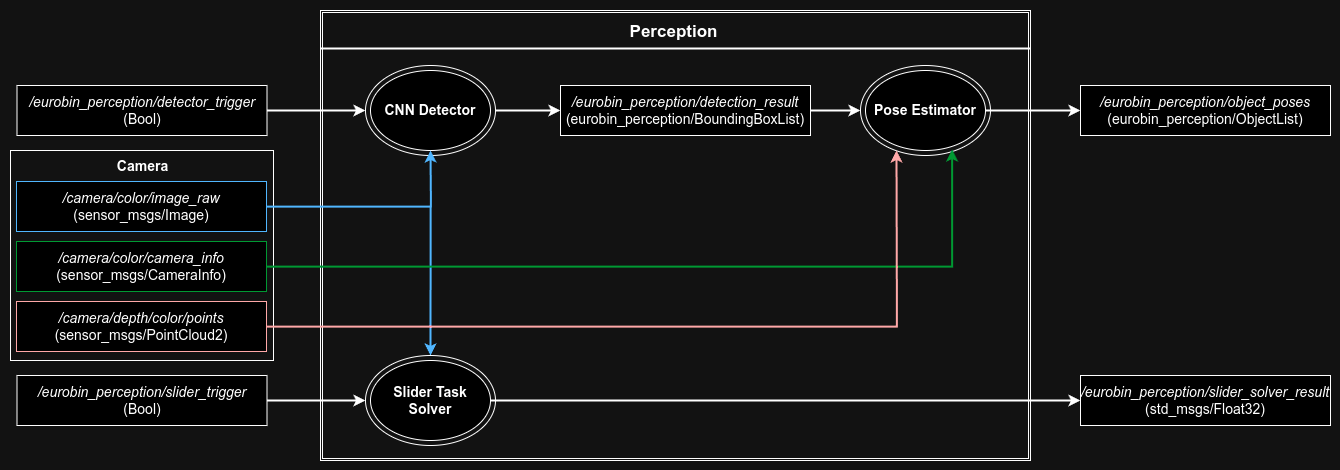
Earlier version of the draw.io export docs/images/component_diagram.png (eurobin-wp1/tum-tb-perception). Source tidied: cells renumbered, new cells last; positions are measured from the earlier drawing's top-left corner, leaving out a move shared by most shapes. Source of this version:
```xml
<mxGraphModel>
  <root>
    <mxCell id="0" />
    <mxCell id="1" parent="0" />
    <mxCell id="2" style="shape=ext;double=1;rounded=0;whiteSpace=wrap;html=1;fillColor=none;perimeterSpacing=3;" parent="1" vertex="1">
      <mxGeometry x="320" y="10" width="710" height="450" as="geometry" />
    </mxCell>
    <mxCell id="3" style="rounded=0;whiteSpace=wrap;html=1;fillColor=none;" parent="1" vertex="1">
      <mxGeometry x="10" y="150" width="263" height="210" as="geometry" />
    </mxCell>
    <mxCell id="4" style="ellipse;whiteSpace=wrap;html=1;fillColor=none;" parent="1" vertex="1">
      <mxGeometry x="860" y="65" width="130" height="90" as="geometry" />
    </mxCell>
    <mxCell id="5" style="edgeStyle=orthogonalEdgeStyle;rounded=0;jettySize=auto;html=1;entryX=0;entryY=0.5;entryDx=0;entryDy=0;strokeWidth=2;" parent="1" edge="1" source="6" target="21">
      <mxGeometry relative="1" as="geometry" />
    </mxCell>
    <mxCell id="6" style="ellipse;whiteSpace=wrap;html=1;fillColor=none;" parent="1" vertex="1">
      <mxGeometry x="365" y="65" width="130" height="90" as="geometry" />
    </mxCell>
    <mxCell id="7" value="CNN Detector" style="ellipse;whiteSpace=wrap;html=1;fontSize=14;fontStyle=1;" parent="1" vertex="1">
      <mxGeometry x="370" y="70" width="120" height="80" as="geometry" />
    </mxCell>
    <mxCell id="8" style="edgeStyle=orthogonalEdgeStyle;rounded=0;jettySize=auto;html=1;entryX=0;entryY=0.5;entryDx=0;entryDy=0;strokeWidth=2;" parent="1" edge="1" source="9" target="22">
      <mxGeometry relative="1" as="geometry" />
    </mxCell>
    <mxCell id="9" value="Pose Estimator" style="ellipse;whiteSpace=wrap;html=1;fontSize=14;fontStyle=1;" parent="1" vertex="1">
      <mxGeometry x="865" y="70" width="120" height="80" as="geometry" />
    </mxCell>
    <mxCell id="10" style="edgeStyle=orthogonalEdgeStyle;rounded=0;jettySize=auto;html=1;entryX=0;entryY=0.5;entryDx=0;entryDy=0;strokeWidth=2;" parent="1" edge="1" source="11" target="6">
      <mxGeometry relative="1" as="geometry" />
    </mxCell>
    <mxCell id="11" value="&lt;i&gt;/eurobin_perception/detector_trigger&lt;/i&gt;&lt;div&gt;(Bool)&lt;/div&gt;" style="rounded=0;whiteSpace=wrap;html=1;fontSize=14;" parent="1" vertex="1">
      <mxGeometry x="16.5" y="85" width="250" height="50" as="geometry" />
    </mxCell>
    <mxCell id="12" style="edgeStyle=orthogonalEdgeStyle;rounded=0;jettySize=auto;html=1;entryX=0.5;entryY=0;entryDx=0;entryDy=0;strokeWidth=2;strokeColor=#0066CC;" parent="1" edge="1" source="13" target="24">
      <mxGeometry relative="1" as="geometry" />
    </mxCell>
    <mxCell id="13" value="&lt;i&gt;/camera/color/image_raw&lt;/i&gt;&lt;div&gt;(sensor_msgs/Image)&lt;/div&gt;" style="rounded=0;whiteSpace=wrap;html=1;fontSize=14;strokeColor=#0066CC;" parent="1" vertex="1">
      <mxGeometry x="16" y="181" width="250" height="50" as="geometry" />
    </mxCell>
    <mxCell id="14" value="&lt;i&gt;/camera/color/camera_info&lt;/i&gt;&lt;div&gt;(sensor_msgs/CameraInfo)&lt;/div&gt;" style="rounded=0;whiteSpace=wrap;html=1;fontSize=14;strokeColor=#00CC66;" parent="1" vertex="1">
      <mxGeometry x="16" y="241" width="250" height="50" as="geometry" />
    </mxCell>
    <mxCell id="15" value="&lt;i&gt;/camera/depth/color/points&lt;/i&gt;&lt;div&gt;(sensor_msgs/PointCloud2)&lt;/div&gt;" style="rounded=0;whiteSpace=wrap;html=1;fontSize=14;strokeColor=#CC0000;" parent="1" vertex="1">
      <mxGeometry x="16" y="301" width="250" height="50" as="geometry" />
    </mxCell>
    <mxCell id="16" value="Camera" style="text;html=1;align=center;verticalAlign=middle;points=[];strokeColor=none;fillColor=none;fontStyle=1;fontSize=14;" parent="1" vertex="1">
      <mxGeometry x="106.5" y="151" width="70" height="30" as="geometry" />
    </mxCell>
    <mxCell id="17" style="edgeStyle=orthogonalEdgeStyle;rounded=0;jettySize=auto;html=1;strokeColor=#0066CC;strokeWidth=2;" parent="1" edge="1" source="13">
      <mxGeometry relative="1" as="geometry">
        <mxPoint x="430" y="150" as="targetPoint" />
      </mxGeometry>
    </mxCell>
    <mxCell id="18" style="edgeStyle=orthogonalEdgeStyle;rounded=0;jettySize=auto;html=1;strokeWidth=2;strokeColor=#00CC66;entryX=0.722;entryY=0.988;entryDx=0;entryDy=0;entryPerimeter=0;" parent="1" edge="1" source="14" target="9">
      <mxGeometry relative="1" as="geometry" />
    </mxCell>
    <mxCell id="19" style="edgeStyle=orthogonalEdgeStyle;rounded=0;jettySize=auto;html=1;strokeWidth=2;strokeColor=#CC0000;" parent="1" edge="1" source="15">
      <mxGeometry relative="1" as="geometry">
        <mxPoint x="896" y="150" as="targetPoint" />
      </mxGeometry>
    </mxCell>
    <mxCell id="20" style="edgeStyle=orthogonalEdgeStyle;rounded=0;jettySize=auto;html=1;entryX=0;entryY=0.5;entryDx=0;entryDy=0;strokeWidth=2;" parent="1" edge="1" source="21" target="4">
      <mxGeometry relative="1" as="geometry" />
    </mxCell>
    <mxCell id="21" value="&lt;i style=&quot;font-size: 14px;&quot;&gt;/eurobin_perception/detection_result&lt;/i&gt;&lt;div style=&quot;font-size: 14px;&quot;&gt;(eurobin_perception/BoundingBoxList)&lt;/div&gt;" style="rounded=0;whiteSpace=wrap;html=1;fontSize=14;" parent="1" vertex="1">
      <mxGeometry x="560" y="85" width="250" height="50" as="geometry" />
    </mxCell>
    <mxCell id="22" value="&lt;i&gt;/eurobin_perception/object_poses&lt;/i&gt;&lt;div&gt;(eurobin_perception/ObjectList)&lt;/div&gt;" style="rounded=0;whiteSpace=wrap;html=1;fontSize=14;" parent="1" vertex="1">
      <mxGeometry x="1080" y="85" width="250" height="50" as="geometry" />
    </mxCell>
    <mxCell id="23" value="Perception" style="text;html=1;align=center;verticalAlign=middle;points=[];strokeColor=none;fillColor=none;fontStyle=1;fontSize=17;" parent="1" vertex="1">
      <mxGeometry x="623" y="17" width="100" height="30" as="geometry" />
    </mxCell>
    <mxCell id="24" style="ellipse;whiteSpace=wrap;html=1;fillColor=none;" parent="1" vertex="1">
      <mxGeometry x="365" y="355" width="130" height="90" as="geometry" />
    </mxCell>
    <mxCell id="25" style="edgeStyle=orthogonalEdgeStyle;rounded=0;jettySize=auto;html=1;entryX=0;entryY=0.5;entryDx=0;entryDy=0;strokeWidth=2;" parent="1" edge="1" source="26" target="29">
      <mxGeometry relative="1" as="geometry" />
    </mxCell>
    <mxCell id="26" value="Slider Task Solver" style="ellipse;whiteSpace=wrap;html=1;fontSize=14;fontStyle=1;" parent="1" vertex="1">
      <mxGeometry x="370" y="360" width="120" height="80" as="geometry" />
    </mxCell>
    <mxCell id="27" style="edgeStyle=orthogonalEdgeStyle;rounded=0;jettySize=auto;html=1;entryX=0;entryY=0.5;entryDx=0;entryDy=0;strokeWidth=2;" parent="1" edge="1" source="28" target="24">
      <mxGeometry relative="1" as="geometry" />
    </mxCell>
    <mxCell id="28" value="&lt;i&gt;/eurobin_perception/slider_trigger&lt;/i&gt;&lt;div&gt;(Bool)&lt;/div&gt;" style="rounded=0;whiteSpace=wrap;html=1;fontSize=14;" parent="1" vertex="1">
      <mxGeometry x="16.5" y="375" width="250" height="50" as="geometry" />
    </mxCell>
    <mxCell id="29" value="&lt;i&gt;/eurobin_perception/slider_solver_result&lt;/i&gt;&lt;br&gt;&lt;div&gt;(std_msgs/Float32)&lt;/div&gt;" style="rounded=0;whiteSpace=wrap;html=1;fontSize=14;" parent="1" vertex="1">
      <mxGeometry x="1080" y="375" width="250" height="50" as="geometry" />
    </mxCell>
    <mxCell id="30" style="line;strokeWidth=2;html=1;" parent="1" vertex="1">
      <mxGeometry x="320" y="43" width="710" height="10" as="geometry" />
    </mxCell>
    <mxCell id="31" style="rounded=0;whiteSpace=wrap;html=1;fillColor=none;strokeColor=none;" parent="1" vertex="1">
      <mxGeometry width="1340" height="470" as="geometry" />
    </mxCell>
  </root>
</mxGraphModel>
```
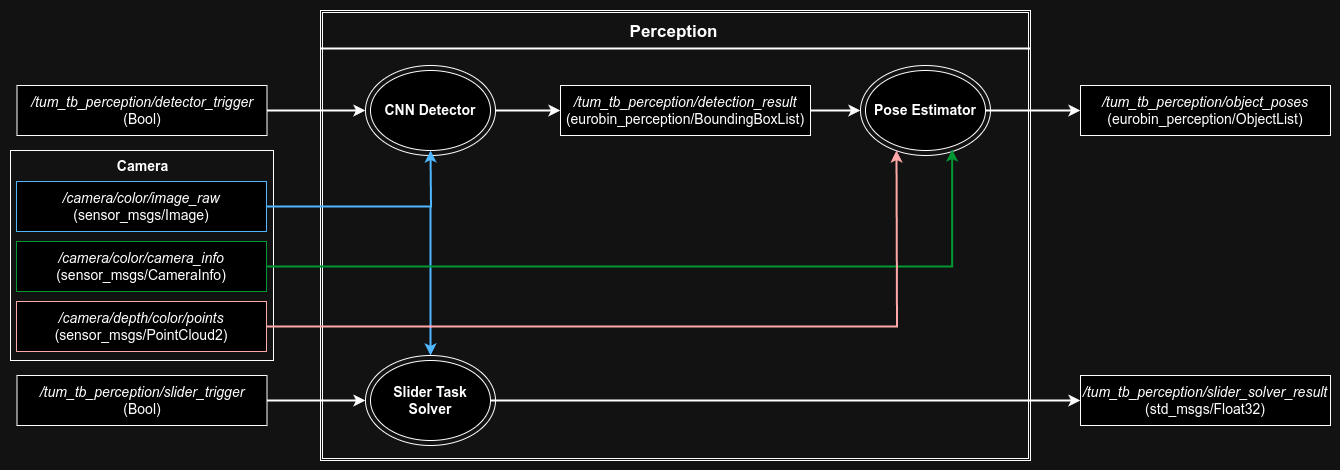
After the commit.

Commit message:
Update component diagram, post-rename

What changed in the source:
```diff
@@ -2,99 +2,99 @@
   <root>
     <mxCell id="0" />
     <mxCell id="1" parent="0" />
-    <mxCell id="2" style="shape=ext;double=1;rounded=0;whiteSpace=wrap;html=1;fillColor=none;perimeterSpacing=3;" parent="1" vertex="1">
-      <mxGeometry x="320" y="10" width="710" height="450" as="geometry" />
+    <mxCell id="2" style="rounded=0;whiteSpace=wrap;html=1;fillColor=none;strokeColor=none;" parent="1" vertex="1">
+      <mxGeometry x="1520" width="1340" height="470" as="geometry" />
     </mxCell>
-    <mxCell id="3" style="rounded=0;whiteSpace=wrap;html=1;fillColor=none;" parent="1" vertex="1">
-      <mxGeometry x="10" y="150" width="263" height="210" as="geometry" />
+    <mxCell id="3" style="shape=ext;double=1;rounded=0;whiteSpace=wrap;html=1;fillColor=none;perimeterSpacing=3;" parent="1" vertex="1">
+      <mxGeometry x="1840" y="10" width="710" height="450" as="geometry" />
     </mxCell>
-    <mxCell id="4" style="ellipse;whiteSpace=wrap;html=1;fillColor=none;" parent="1" vertex="1">
-      <mxGeometry x="860" y="65" width="130" height="90" as="geometry" />
+    <mxCell id="4" style="rounded=0;whiteSpace=wrap;html=1;fillColor=none;" parent="1" vertex="1">
+      <mxGeometry x="1530" y="150" width="263" height="210" as="geometry" />
     </mxCell>
-    <mxCell id="5" style="edgeStyle=orthogonalEdgeStyle;rounded=0;jettySize=auto;html=1;entryX=0;entryY=0.5;entryDx=0;entryDy=0;strokeWidth=2;" parent="1" edge="1" source="6" target="21">
-      <mxGeometry relative="1" as="geometry" />
+    <mxCell id="5" style="ellipse;whiteSpace=wrap;html=1;fillColor=none;" parent="1" vertex="1">
+      <mxGeometry x="2380" y="65" width="130" height="90" as="geometry" />
     </mxCell>
-    <mxCell id="6" style="ellipse;whiteSpace=wrap;html=1;fillColor=none;" parent="1" vertex="1">
-      <mxGeometry x="365" y="65" width="130" height="90" as="geometry" />
+    <mxCell id="6" style="edgeStyle=orthogonalEdgeStyle;rounded=0;jettySize=auto;html=1;entryX=0;entryY=0.5;entryDx=0;entryDy=0;strokeWidth=2;" parent="1" edge="1" source="7" target="22">
+      <mxGeometry relative="1" as="geometry" />
     </mxCell>
-    <mxCell id="7" value="CNN Detector" style="ellipse;whiteSpace=wrap;html=1;fontSize=14;fontStyle=1;" parent="1" vertex="1">
-      <mxGeometry x="370" y="70" width="120" height="80" as="geometry" />
+    <mxCell id="7" style="ellipse;whiteSpace=wrap;html=1;fillColor=none;" parent="1" vertex="1">
+      <mxGeometry x="1885" y="65" width="130" height="90" as="geometry" />
     </mxCell>
-    <mxCell id="8" style="edgeStyle=orthogonalEdgeStyle;rounded=0;jettySize=auto;html=1;entryX=0;entryY=0.5;entryDx=0;entryDy=0;strokeWidth=2;" parent="1" edge="1" source="9" target="22">
-      <mxGeometry relative="1" as="geometry" />
+    <mxCell id="8" value="CNN Detector" style="ellipse;whiteSpace=wrap;html=1;fontSize=14;fontStyle=1;" parent="1" vertex="1">
+      <mxGeometry x="1890" y="70" width="120" height="80" as="geometry" />
     </mxCell>
-    <mxCell id="9" value="Pose Estimator" style="ellipse;whiteSpace=wrap;html=1;fontSize=14;fontStyle=1;" parent="1" vertex="1">
-      <mxGeometry x="865" y="70" width="120" height="80" as="geometry" />
+    <mxCell id="9" style="edgeStyle=orthogonalEdgeStyle;rounded=0;jettySize=auto;html=1;entryX=0;entryY=0.5;entryDx=0;entryDy=0;strokeWidth=2;" parent="1" edge="1" source="10" target="23">
+      <mxGeometry relative="1" as="geometry" />
     </mxCell>
-    <mxCell id="10" style="edgeStyle=orthogonalEdgeStyle;rounded=0;jettySize=auto;html=1;entryX=0;entryY=0.5;entryDx=0;entryDy=0;strokeWidth=2;" parent="1" edge="1" source="11" target="6">
-      <mxGeometry relative="1" as="geometry" />
+    <mxCell id="10" value="Pose Estimator" style="ellipse;whiteSpace=wrap;html=1;fontSize=14;fontStyle=1;" parent="1" vertex="1">
+      <mxGeometry x="2385" y="70" width="120" height="80" as="geometry" />
     </mxCell>
-    <mxCell id="11" value="&lt;i&gt;/eurobin_perception/detector_trigger&lt;/i&gt;&lt;div&gt;(Bool)&lt;/div&gt;" style="rounded=0;whiteSpace=wrap;html=1;fontSize=14;" parent="1" vertex="1">
-      <mxGeometry x="16.5" y="85" width="250" height="50" as="geometry" />
+    <mxCell id="11" style="edgeStyle=orthogonalEdgeStyle;rounded=0;jettySize=auto;html=1;entryX=0;entryY=0.5;entryDx=0;entryDy=0;strokeWidth=2;" parent="1" edge="1" source="12" target="7">
+      <mxGeometry relative="1" as="geometry" />
     </mxCell>
-    <mxCell id="12" style="edgeStyle=orthogonalEdgeStyle;rounded=0;jettySize=auto;html=1;entryX=0.5;entryY=0;entryDx=0;entryDy=0;strokeWidth=2;strokeColor=#0066CC;" parent="1" edge="1" source="13" target="24">
-      <mxGeometry relative="1" as="geometry" />
+    <mxCell id="12" value="&lt;i&gt;/tum_tb_perception/detector_trigger&lt;/i&gt;&lt;div&gt;(Bool)&lt;/div&gt;" style="rounded=0;whiteSpace=wrap;html=1;fontSize=14;" parent="1" vertex="1">
+      <mxGeometry x="1536.5" y="85" width="250" height="50" as="geometry" />
     </mxCell>
-    <mxCell id="13" value="&lt;i&gt;/camera/color/image_raw&lt;/i&gt;&lt;div&gt;(sensor_msgs/Image)&lt;/div&gt;" style="rounded=0;whiteSpace=wrap;html=1;fontSize=14;strokeColor=#0066CC;" parent="1" vertex="1">
-      <mxGeometry x="16" y="181" width="250" height="50" as="geometry" />
+    <mxCell id="13" style="edgeStyle=orthogonalEdgeStyle;rounded=0;jettySize=auto;html=1;entryX=0.5;entryY=0;entryDx=0;entryDy=0;strokeWidth=2;strokeColor=#0066CC;" parent="1" edge="1" source="14" target="25">
+      <mxGeometry relative="1" as="geometry" />
     </mxCell>
-    <mxCell id="14" value="&lt;i&gt;/camera/color/camera_info&lt;/i&gt;&lt;div&gt;(sensor_msgs/CameraInfo)&lt;/div&gt;" style="rounded=0;whiteSpace=wrap;html=1;fontSize=14;strokeColor=#00CC66;" parent="1" vertex="1">
-      <mxGeometry x="16" y="241" width="250" height="50" as="geometry" />
+    <mxCell id="14" value="&lt;i&gt;/camera/color/image_raw&lt;/i&gt;&lt;div&gt;(sensor_msgs/Image)&lt;/div&gt;" style="rounded=0;whiteSpace=wrap;html=1;fontSize=14;strokeColor=#0066CC;" parent="1" vertex="1">
+      <mxGeometry x="1536" y="181" width="250" height="50" as="geometry" />
     </mxCell>
-    <mxCell id="15" value="&lt;i&gt;/camera/depth/color/points&lt;/i&gt;&lt;div&gt;(sensor_msgs/PointCloud2)&lt;/div&gt;" style="rounded=0;whiteSpace=wrap;html=1;fontSize=14;strokeColor=#CC0000;" parent="1" vertex="1">
-      <mxGeometry x="16" y="301" width="250" height="50" as="geometry" />
+    <mxCell id="15" value="&lt;i&gt;/camera/color/camera_info&lt;/i&gt;&lt;div&gt;(sensor_msgs/CameraInfo)&lt;/div&gt;" style="rounded=0;whiteSpace=wrap;html=1;fontSize=14;strokeColor=#00CC66;" parent="1" vertex="1">
+      <mxGeometry x="1536" y="241" width="250" height="50" as="geometry" />
     </mxCell>
-    <mxCell id="16" value="Camera" style="text;html=1;align=center;verticalAlign=middle;points=[];strokeColor=none;fillColor=none;fontStyle=1;fontSize=14;" parent="1" vertex="1">
-      <mxGeometry x="106.5" y="151" width="70" height="30" as="geometry" />
+    <mxCell id="16" value="&lt;i&gt;/camera/depth/color/points&lt;/i&gt;&lt;div&gt;(sensor_msgs/PointCloud2)&lt;/div&gt;" style="rounded=0;whiteSpace=wrap;html=1;fontSize=14;strokeColor=#CC0000;" parent="1" vertex="1">
+      <mxGeometry x="1536" y="301" width="250" height="50" as="geometry" />
     </mxCell>
-    <mxCell id="17" style="edgeStyle=orthogonalEdgeStyle;rounded=0;jettySize=auto;html=1;strokeColor=#0066CC;strokeWidth=2;" parent="1" edge="1" source="13">
-      <mxGeometry relative="1" as="geometry">
-        <mxPoint x="430" y="150" as="targetPoint" />
-      </mxGeometry>
+    <mxCell id="17" value="Camera" style="text;html=1;align=center;verticalAlign=middle;strokeColor=none;fillColor=none;fontStyle=1;fontSize=14;" parent="1" vertex="1">
+      <mxGeometry x="1626.5" y="151" width="70" height="30" as="geometry" />
     </mxCell>
-    <mxCell id="18" style="edgeStyle=orthogonalEdgeStyle;rounded=0;jettySize=auto;html=1;strokeWidth=2;strokeColor=#00CC66;entryX=0.722;entryY=0.988;entryDx=0;entryDy=0;entryPerimeter=0;" parent="1" edge="1" source="14" target="9">
-      <mxGeometry relative="1" as="geometry" />
+    <mxCell id="18" style="edgeStyle=orthogonalEdgeStyle;rounded=0;jettySize=auto;html=1;strokeColor=#0066CC;strokeWidth=2;" parent="1" edge="1" source="14">
+      <mxGeometry relative="1" as="geometry">
+        <mxPoint x="1950" y="150" as="targetPoint" />
+      </mxGeometry>
     </mxCell>
-    <mxCell id="19" style="edgeStyle=orthogonalEdgeStyle;rounded=0;jettySize=auto;html=1;strokeWidth=2;strokeColor=#CC0000;" parent="1" edge="1" source="15">
-      <mxGeometry relative="1" as="geometry">
-        <mxPoint x="896" y="150" as="targetPoint" />
-      </mxGeometry>
+    <mxCell id="19" style="edgeStyle=orthogonalEdgeStyle;rounded=0;jettySize=auto;html=1;strokeWidth=2;strokeColor=#00CC66;entryX=0.722;entryY=0.988;entryDx=0;entryDy=0;entryPerimeter=0;" parent="1" edge="1" source="15" target="10">
+      <mxGeometry relative="1" as="geometry" />
     </mxCell>
-    <mxCell id="20" style="edgeStyle=orthogonalEdgeStyle;rounded=0;jettySize=auto;html=1;entryX=0;entryY=0.5;entryDx=0;entryDy=0;strokeWidth=2;" parent="1" edge="1" source="21" target="4">
-      <mxGeometry relative="1" as="geometry" />
+    <mxCell id="20" style="edgeStyle=orthogonalEdgeStyle;rounded=0;jettySize=auto;html=1;strokeWidth=2;strokeColor=#CC0000;" parent="1" edge="1" source="16">
+      <mxGeometry relative="1" as="geometry">
+        <mxPoint x="2416" y="150" as="targetPoint" />
+      </mxGeometry>
     </mxCell>
-    <mxCell id="21" value="&lt;i style=&quot;font-size: 14px;&quot;&gt;/eurobin_perception/detection_result&lt;/i&gt;&lt;div style=&quot;font-size: 14px;&quot;&gt;(eurobin_perception/BoundingBoxList)&lt;/div&gt;" style="rounded=0;whiteSpace=wrap;html=1;fontSize=14;" parent="1" vertex="1">
-      <mxGeometry x="560" y="85" width="250" height="50" as="geometry" />
+    <mxCell id="21" style="edgeStyle=orthogonalEdgeStyle;rounded=0;jettySize=auto;html=1;entryX=0;entryY=0.5;entryDx=0;entryDy=0;strokeWidth=2;" parent="1" edge="1" source="22" target="5">
+      <mxGeometry relative="1" as="geometry" />
     </mxCell>
-    <mxCell id="22" value="&lt;i&gt;/eurobin_perception/object_poses&lt;/i&gt;&lt;div&gt;(eurobin_perception/ObjectList)&lt;/div&gt;" style="rounded=0;whiteSpace=wrap;html=1;fontSize=14;" parent="1" vertex="1">
-      <mxGeometry x="1080" y="85" width="250" height="50" as="geometry" />
+    <mxCell id="22" value="&lt;i style=&quot;&quot;&gt;/tum_tb_perception/detection_result&lt;/i&gt;&lt;div style=&quot;font-size: 14px;&quot;&gt;(eurobin_perception/BoundingBoxList)&lt;/div&gt;" style="rounded=0;whiteSpace=wrap;html=1;fontSize=14;" parent="1" vertex="1">
+      <mxGeometry x="2080" y="85" width="250" height="50" as="geometry" />
     </mxCell>
-    <mxCell id="23" value="Perception" style="text;html=1;align=center;verticalAlign=middle;points=[];strokeColor=none;fillColor=none;fontStyle=1;fontSize=17;" parent="1" vertex="1">
-      <mxGeometry x="623" y="17" width="100" height="30" as="geometry" />
+    <mxCell id="23" value="&lt;i&gt;/tum_tb_perception/object_poses&lt;/i&gt;&lt;div&gt;(eurobin_perception/ObjectList)&lt;/div&gt;" style="rounded=0;whiteSpace=wrap;html=1;fontSize=14;" parent="1" vertex="1">
+      <mxGeometry x="2600" y="85" width="250" height="50" as="geometry" />
     </mxCell>
-    <mxCell id="24" style="ellipse;whiteSpace=wrap;html=1;fillColor=none;" parent="1" vertex="1">
-      <mxGeometry x="365" y="355" width="130" height="90" as="geometry" />
+    <mxCell id="24" value="Perception" style="text;html=1;align=center;verticalAlign=middle;points=[];strokeColor=none;fillColor=none;fontStyle=1;fontSize=17;" parent="1" vertex="1">
+      <mxGeometry x="2143" y="17" width="100" height="30" as="geometry" />
     </mxCell>
-    <mxCell id="25" style="edgeStyle=orthogonalEdgeStyle;rounded=0;jettySize=auto;html=1;entryX=0;entryY=0.5;entryDx=0;entryDy=0;strokeWidth=2;" parent="1" edge="1" source="26" target="29">
-      <mxGeometry relative="1" as="geometry" />
+    <mxCell id="25" style="ellipse;whiteSpace=wrap;html=1;fillColor=none;" parent="1" vertex="1">
+      <mxGeometry x="1885" y="355" width="130" height="90" as="geometry" />
     </mxCell>
-    <mxCell id="26" value="Slider Task Solver" style="ellipse;whiteSpace=wrap;html=1;fontSize=14;fontStyle=1;" parent="1" vertex="1">
-      <mxGeometry x="370" y="360" width="120" height="80" as="geometry" />
+    <mxCell id="26" style="edgeStyle=orthogonalEdgeStyle;rounded=0;jettySize=auto;html=1;entryX=0;entryY=0.5;entryDx=0;entryDy=0;strokeWidth=2;" parent="1" edge="1" source="27" target="30">
+      <mxGeometry relative="1" as="geometry" />
     </mxCell>
-    <mxCell id="27" style="edgeStyle=orthogonalEdgeStyle;rounded=0;jettySize=auto;html=1;entryX=0;entryY=0.5;entryDx=0;entryDy=0;strokeWidth=2;" parent="1" edge="1" source="28" target="24">
-      <mxGeometry relative="1" as="geometry" />
+    <mxCell id="27" value="Slider Task Solver" style="ellipse;whiteSpace=wrap;html=1;fontSize=14;fontStyle=1;" parent="1" vertex="1">
+      <mxGeometry x="1890" y="360" width="120" height="80" as="geometry" />
     </mxCell>
-    <mxCell id="28" value="&lt;i&gt;/eurobin_perception/slider_trigger&lt;/i&gt;&lt;div&gt;(Bool)&lt;/div&gt;" style="rounded=0;whiteSpace=wrap;html=1;fontSize=14;" parent="1" vertex="1">
-      <mxGeometry x="16.5" y="375" width="250" height="50" as="geometry" />
+    <mxCell id="28" style="edgeStyle=orthogonalEdgeStyle;rounded=0;jettySize=auto;html=1;entryX=0;entryY=0.5;entryDx=0;entryDy=0;strokeWidth=2;" parent="1" edge="1" source="29" target="25">
+      <mxGeometry relative="1" as="geometry" />
     </mxCell>
-    <mxCell id="29" value="&lt;i&gt;/eurobin_perception/slider_solver_result&lt;/i&gt;&lt;br&gt;&lt;div&gt;(std_msgs/Float32)&lt;/div&gt;" style="rounded=0;whiteSpace=wrap;html=1;fontSize=14;" parent="1" vertex="1">
-      <mxGeometry x="1080" y="375" width="250" height="50" as="geometry" />
+    <mxCell id="29" value="&lt;i&gt;/tum_tb_perception/slider_trigger&lt;/i&gt;&lt;div&gt;(Bool)&lt;/div&gt;" style="rounded=0;whiteSpace=wrap;html=1;fontSize=14;" parent="1" vertex="1">
+      <mxGeometry x="1536.5" y="375" width="250" height="50" as="geometry" />
     </mxCell>
-    <mxCell id="30" style="line;strokeWidth=2;html=1;" parent="1" vertex="1">
-      <mxGeometry x="320" y="43" width="710" height="10" as="geometry" />
+    <mxCell id="30" value="&lt;i&gt;/tum_tb_perception/slider_solver_result&lt;/i&gt;&lt;br&gt;&lt;div&gt;(std_msgs/Float32)&lt;/div&gt;" style="rounded=0;whiteSpace=wrap;html=1;fontSize=14;" parent="1" vertex="1">
+      <mxGeometry x="2600" y="375" width="250" height="50" as="geometry" />
     </mxCell>
-    <mxCell id="31" style="rounded=0;whiteSpace=wrap;html=1;fillColor=none;strokeColor=none;" parent="1" vertex="1">
-      <mxGeometry width="1340" height="470" as="geometry" />
+    <mxCell id="31" style="line;strokeWidth=2;html=1;" parent="1" vertex="1">
+      <mxGeometry x="1840" y="43" width="710" height="10" as="geometry" />
     </mxCell>
   </root>
 </mxGraphModel>
```
